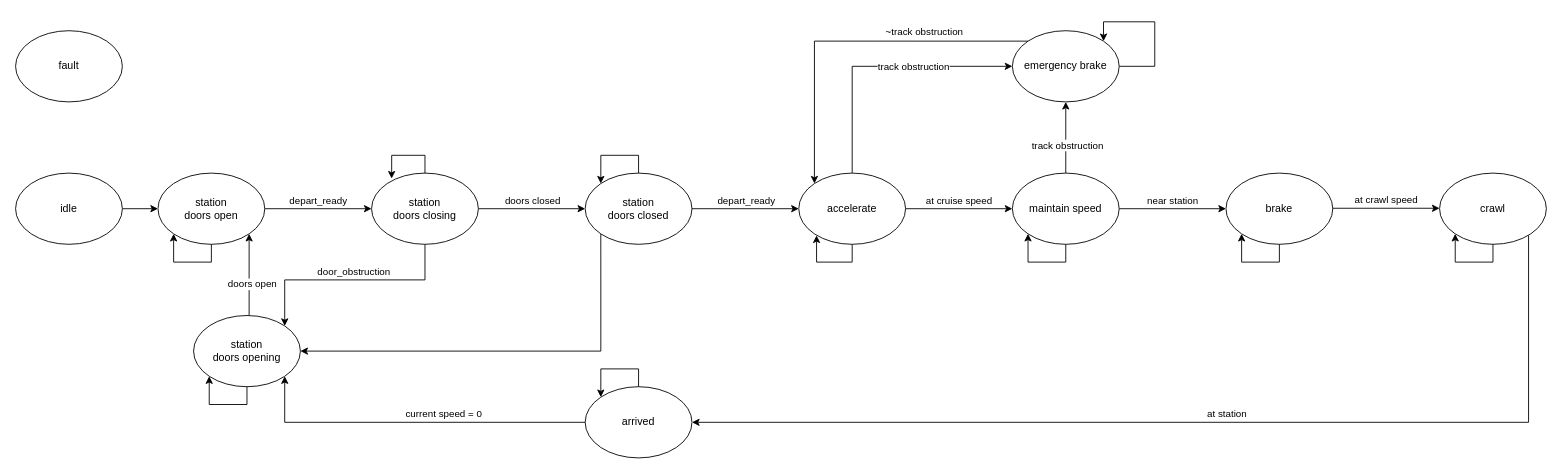
This is ELEC 402/Assignment 1/FSM State Diagram.drawio from raytallen/Uni-Labs, a draw.io file, before an edit. Source tidied: cells renumbered, new cells numbered last; positions are measured from the earlier drawing's top-left corner, leaving out a move shared by most shapes. Both pictures are drawn from the tidied source at 89%, with x=0, y=0 at pixel (15, 21).
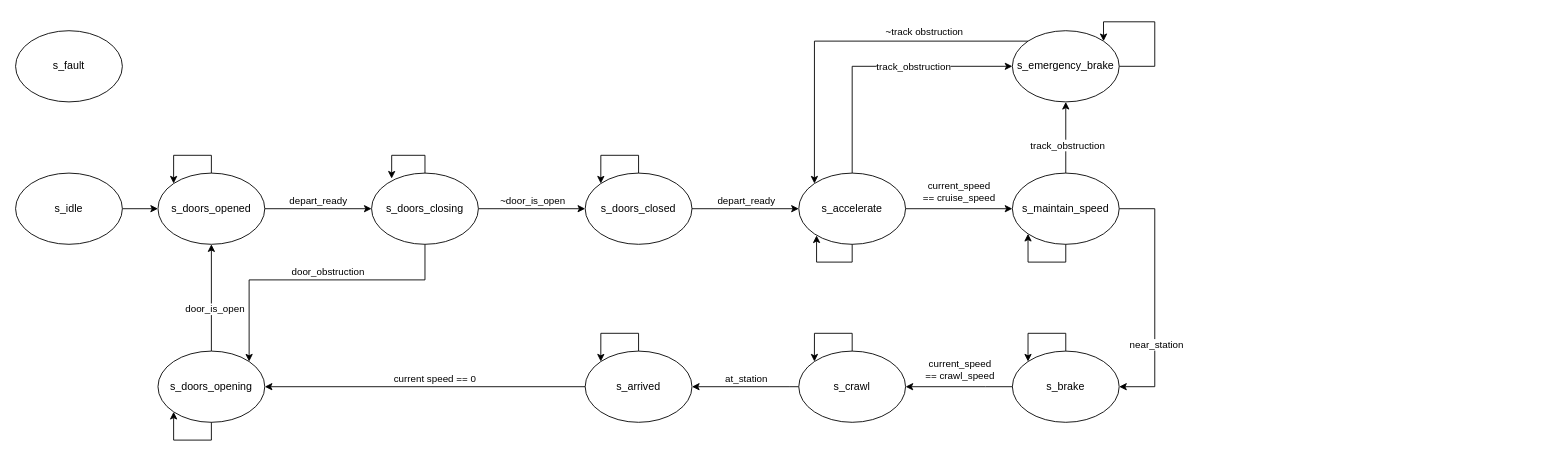
The same page after the edit.

The change refers to these unchanged cells:
```xml
<mxCell id="14" style="edgeStyle=orthogonalEdgeStyle;rounded=0;jettySize=auto;html=1;entryX=0;entryY=0.5;entryDx=0;entryDy=0;" parent="1" edge="1" source="18" target="23">
  <mxGeometry relative="1" as="geometry" />
</mxCell>
<mxCell id="16" style="edgeStyle=orthogonalEdgeStyle;rounded=0;jettySize=auto;html=1;entryX=0;entryY=0.5;entryDx=0;entryDy=0;" parent="1" edge="1" source="18" target="31">
  <mxGeometry relative="1" as="geometry">
    <Array as="points">
      <mxPoint x="940" y="50" />
    </Array>
  </mxGeometry>
</mxCell>
<mxCell id="21" style="edgeStyle=orthogonalEdgeStyle;rounded=0;jettySize=auto;html=1;exitX=0.5;exitY=0;exitDx=0;exitDy=0;entryX=0.5;entryY=1;entryDx=0;entryDy=0;" parent="1" edge="1" source="23" target="31">
  <mxGeometry relative="1" as="geometry" />
</mxCell>
```

The edit, as a diff of the source:
```diff
@@
-    <mxCell id="3" value="idle" style="ellipse;whiteSpace=wrap;html=1;" parent="1" vertex="1">
+    <mxCell id="3" value="s_idle" style="ellipse;whiteSpace=wrap;html=1;" parent="1" vertex="1">
       <mxGeometry y="170" width="120" height="80" as="geometry" />
     </mxCell>
@@
-    <mxCell id="6" value="station&lt;br&gt;doors open" style="ellipse;whiteSpace=wrap;html=1;" parent="1" vertex="1">
+    <mxCell id="6" value="s_doors_opened" style="ellipse;whiteSpace=wrap;html=1;" parent="1" vertex="1">
       <mxGeometry x="160" y="170" width="120" height="80" as="geometry" />
     </mxCell>
@@
     <mxCell id="8" style="edgeStyle=orthogonalEdgeStyle;rounded=0;jettySize=auto;html=1;entryX=1;entryY=0;entryDx=0;entryDy=0;" parent="1" edge="1" source="10" target="36">
       <mxGeometry relative="1" as="geometry">
         <Array as="points">
           <mxPoint x="460" y="290" />
-          <mxPoint x="302" y="290" />
+          <mxPoint x="262" y="290" />
+          <mxPoint x="262" y="382" />
         </Array>
       </mxGeometry>
     </mxCell>
@@
-    <mxCell id="10" value="station&lt;br&gt;doors closing" style="ellipse;whiteSpace=wrap;html=1;" parent="1" vertex="1">
+    <mxCell id="10" value="s_doors_closing" style="ellipse;whiteSpace=wrap;html=1;" parent="1" vertex="1">
       <mxGeometry x="400" y="170" width="120" height="80" as="geometry" />
     </mxCell>
@@
-    <mxCell id="12" style="edgeStyle=orthogonalEdgeStyle;rounded=0;jettySize=auto;html=1;exitX=0;exitY=1;exitDx=0;exitDy=0;entryX=1;entryY=0.5;entryDx=0;entryDy=0;" parent="1" edge="1" source="13" target="36">
-      <mxGeometry relative="1" as="geometry">
-        <Array as="points">
-          <mxPoint x="658" y="370" />
-        </Array>
-      </mxGeometry>
-    </mxCell>
-    <mxCell id="13" value="station&lt;br&gt;doors closed" style="ellipse;whiteSpace=wrap;html=1;" parent="1" vertex="1">
+    <mxCell id="13" value="s_doors_closed" style="ellipse;whiteSpace=wrap;html=1;" parent="1" vertex="1">
       <mxGeometry x="640" y="170" width="120" height="80" as="geometry" />
     </mxCell>
@@
-    <mxCell id="15" value="at cruise speed" style="edgeLabel;html=1;align=center;verticalAlign=middle;" parent="14" vertex="1">
+    <mxCell id="15" value="current_speed&lt;br&gt;== cruise_speed" style="edgeLabel;html=1;align=center;verticalAlign=middle;" parent="14" vertex="1">
       <mxGeometry x="0.13" relative="1" as="geometry">
-        <mxPoint x="-8.3" y="-10" as="offset" />
+        <mxPoint x="-8.3" y="-20" as="offset" />
       </mxGeometry>
     </mxCell>
@@
-    <mxCell id="17" value="track obstruction" style="edgeLabel;html=1;align=center;verticalAlign=middle;" parent="16" vertex="1">
+    <mxCell id="17" value="track_obstruction" style="edgeLabel;html=1;align=center;verticalAlign=middle;" parent="16" vertex="1">
       <mxGeometry x="0.25" relative="1" as="geometry" />
     </mxCell>
-    <mxCell id="18" value="accelerate" style="ellipse;whiteSpace=wrap;html=1;" parent="1" vertex="1">
+    <mxCell id="18" value="s_accelerate" style="ellipse;whiteSpace=wrap;html=1;" parent="1" vertex="1">
       <mxGeometry x="880" y="170" width="120" height="80" as="geometry" />
     </mxCell>
-    <mxCell id="19" style="edgeStyle=orthogonalEdgeStyle;rounded=0;jettySize=auto;html=1;entryX=0;entryY=0.5;entryDx=0;entryDy=0;" parent="1" edge="1" source="23" target="25">
-      <mxGeometry relative="1" as="geometry" />
-    </mxCell>
-    <mxCell id="20" value="near station" style="edgeLabel;html=1;align=center;verticalAlign=middle;" parent="19" vertex="1">
-      <mxGeometry x="-0.36" relative="1" as="geometry">
-        <mxPoint x="21.9" y="-10" as="offset" />
-      </mxGeometry>
-    </mxCell>
@@
-    <mxCell id="22" value="track obstruction" style="edgeLabel;html=1;align=center;verticalAlign=middle;" parent="21" vertex="1">
+    <mxCell id="22" value="track_obstruction" style="edgeLabel;html=1;align=center;verticalAlign=middle;" parent="21" vertex="1">
       <mxGeometry x="-0.2" y="-1" relative="1" as="geometry" />
     </mxCell>
+    <mxCell id="19" style="edgeStyle=orthogonalEdgeStyle;rounded=0;jettySize=auto;html=1;entryX=1;entryY=0.5;entryDx=0;entryDy=0;" parent="1" edge="1" source="23" target="25">
+      <mxGeometry relative="1" as="geometry">
+        <Array as="points">
+          <mxPoint x="1280" y="210" />
+          <mxPoint x="1280" y="410" />
+        </Array>
+      </mxGeometry>
+    </mxCell>
+    <mxCell id="52" value="near_station" style="edgeLabel;html=1;align=center;verticalAlign=middle;" parent="19" vertex="1">
+      <mxGeometry x="0.37" y="1" relative="1" as="geometry" />
+    </mxCell>
-    <mxCell id="23" value="maintain speed" style="ellipse;whiteSpace=wrap;html=1;" parent="1" vertex="1">
+    <mxCell id="23" value="s_maintain_speed" style="ellipse;whiteSpace=wrap;html=1;" parent="1" vertex="1">
       <mxGeometry x="1120" y="170" width="120" height="80" as="geometry" />
     </mxCell>
-    <mxCell id="24" style="edgeStyle=orthogonalEdgeStyle;rounded=0;orthogonalLoop=1;jettySize=auto;html=1;exitX=0.5;exitY=1;exitDx=0;exitDy=0;entryX=0;entryY=1;entryDx=0;entryDy=0;" parent="1" edge="1" source="6" target="6">
-      <mxGeometry relative="1" as="geometry" />
-    </mxCell>
-    <mxCell id="25" value="brake" style="ellipse;whiteSpace=wrap;html=1;" parent="1" vertex="1">
-      <mxGeometry x="1360" y="170" width="120" height="80" as="geometry" />
+    <mxCell id="25" value="s_brake" style="ellipse;whiteSpace=wrap;html=1;" parent="1" vertex="1">
+      <mxGeometry x="1120" y="370" width="120" height="80" as="geometry" />
     </mxCell>
-    <mxCell id="26" value="doors closed" style="edgeLabel;html=1;align=center;verticalAlign=middle;" parent="1" vertex="1">
+    <mxCell id="26" value="~door_is_open" style="edgeLabel;html=1;align=center;verticalAlign=middle;" parent="1" vertex="1">
       <mxGeometry x="580" y="200" as="geometry" />
     </mxCell>
@@
-    <mxCell id="31" value="emergency brake" style="ellipse;whiteSpace=wrap;html=1;" parent="1" vertex="1">
+    <mxCell id="31" value="s_emergency_brake" style="ellipse;whiteSpace=wrap;html=1;" parent="1" vertex="1">
       <mxGeometry x="1120" y="10" width="120" height="80" as="geometry" />
     </mxCell>
@@
-    <mxCell id="33" style="edgeStyle=orthogonalEdgeStyle;rounded=0;orthogonalLoop=1;jettySize=auto;html=1;exitX=0.5;exitY=1;exitDx=0;exitDy=0;entryX=0;entryY=1;entryDx=0;entryDy=0;" parent="1" edge="1" source="25" target="25">
-      <mxGeometry relative="1" as="geometry" />
-    </mxCell>
-    <mxCell id="34" style="edgeStyle=orthogonalEdgeStyle;rounded=0;jettySize=auto;html=1;entryX=1;entryY=1;entryDx=0;entryDy=0;" parent="1" edge="1" source="36" target="6">
-      <mxGeometry relative="1" as="geometry">
-        <Array as="points">
-          <mxPoint x="262" y="290" />
-        </Array>
-      </mxGeometry>
+    <mxCell id="34" style="edgeStyle=orthogonalEdgeStyle;rounded=0;jettySize=auto;html=1;entryX=0.5;entryY=1;entryDx=0;entryDy=0;" parent="1" edge="1" source="36" target="6">
+      <mxGeometry relative="1" as="geometry" />
     </mxCell>
-    <mxCell id="35" value="doors open" style="edgeLabel;html=1;align=center;verticalAlign=middle;" parent="34" vertex="1">
+    <mxCell id="35" value="door_is_open" style="edgeLabel;html=1;align=center;verticalAlign=middle;" parent="34" vertex="1">
       <mxGeometry x="-0.13" y="-4" relative="1" as="geometry">
         <mxPoint x="-1" y="4" as="offset" />
       </mxGeometry>
     </mxCell>
-    <mxCell id="36" value="station&lt;br&gt;doors opening" style="ellipse;whiteSpace=wrap;html=1;" parent="1" vertex="1">
-      <mxGeometry x="200" y="330" width="120" height="80" as="geometry" />
+    <mxCell id="36" value="s_doors_opening" style="ellipse;whiteSpace=wrap;html=1;" parent="1" vertex="1">
+      <mxGeometry x="160" y="370" width="120" height="80" as="geometry" />
     </mxCell>
@@
-    <mxCell id="41" style="edgeStyle=orthogonalEdgeStyle;rounded=0;jettySize=auto;html=1;entryX=1;entryY=1;entryDx=0;entryDy=0;" parent="1" edge="1" source="42" target="36">
-      <mxGeometry relative="1" as="geometry">
-        <Array as="points">
-          <mxPoint x="302" y="450" />
-        </Array>
-      </mxGeometry>
+    <mxCell id="41" style="edgeStyle=orthogonalEdgeStyle;rounded=0;jettySize=auto;html=1;entryX=1;entryY=0.5;entryDx=0;entryDy=0;" parent="1" edge="1" source="42" target="36">
+      <mxGeometry relative="1" as="geometry" />
     </mxCell>
-    <mxCell id="42" value="arrived" style="ellipse;whiteSpace=wrap;html=1;" parent="1" vertex="1">
-      <mxGeometry x="640" y="410" width="120" height="80" as="geometry" />
+    <mxCell id="42" value="s_arrived" style="ellipse;whiteSpace=wrap;html=1;" parent="1" vertex="1">
+      <mxGeometry x="640" y="370" width="120" height="80" as="geometry" />
     </mxCell>
     <mxCell id="43" style="edgeStyle=orthogonalEdgeStyle;rounded=0;orthogonalLoop=1;jettySize=auto;html=1;entryX=0;entryY=0;entryDx=0;entryDy=0;" parent="1" edge="1" source="42" target="42">
       <mxGeometry relative="1" as="geometry">
         <Array as="points">
-          <mxPoint x="700" y="390" />
-          <mxPoint x="658" y="390" />
+          <mxPoint x="700" y="350" />
+          <mxPoint x="658" y="350" />
         </Array>
       </mxGeometry>
     </mxCell>
-    <mxCell id="44" value="fault" style="ellipse;whiteSpace=wrap;html=1;" parent="1" vertex="1">
+    <mxCell id="44" value="s_fault" style="ellipse;whiteSpace=wrap;html=1;" parent="1" vertex="1">
       <mxGeometry y="10" width="120" height="80" as="geometry" />
     </mxCell>
     <mxCell id="45" style="edgeStyle=orthogonalEdgeStyle;rounded=0;jettySize=auto;html=1;entryX=1;entryY=0.5;entryDx=0;entryDy=0;" parent="1" edge="1" source="46" target="42">
       <mxGeometry relative="1" as="geometry">
         <Array as="points">
-          <mxPoint x="1700" y="450" />
+          <mxPoint x="870" y="410" />
+          <mxPoint x="870" y="410" />
         </Array>
       </mxGeometry>
     </mxCell>
+    <mxCell id="53" value="at_station" style="edgeLabel;html=1;align=center;verticalAlign=middle;" parent="45" vertex="1">
+      <mxGeometry x="0.18" y="1" relative="1" as="geometry">
+        <mxPoint x="11" y="-11" as="offset" />
+      </mxGeometry>
+    </mxCell>
-    <mxCell id="46" value="crawl" style="ellipse;whiteSpace=wrap;html=1;" parent="1" vertex="1">
-      <mxGeometry x="1600" y="170" width="120" height="80" as="geometry" />
+    <mxCell id="46" value="s_crawl" style="ellipse;whiteSpace=wrap;html=1;" parent="1" vertex="1">
+      <mxGeometry x="880" y="370" width="120" height="80" as="geometry" />
     </mxCell>
-    <mxCell id="47" style="edgeStyle=orthogonalEdgeStyle;rounded=0;orthogonalLoop=1;jettySize=auto;html=1;exitX=0.5;exitY=1;exitDx=0;exitDy=0;entryX=0;entryY=1;entryDx=0;entryDy=0;" parent="1" edge="1" source="46" target="46">
-      <mxGeometry relative="1" as="geometry" />
-    </mxCell>
-    <mxCell id="48" style="edgeStyle=orthogonalEdgeStyle;rounded=0;orthogonalLoop=1;jettySize=auto;html=1;entryX=0;entryY=0.5;entryDx=0;entryDy=0;" parent="1" edge="1">
+    <mxCell id="48" style="edgeStyle=orthogonalEdgeStyle;rounded=0;jettySize=auto;html=1;entryX=1;entryY=0.5;entryDx=0;entryDy=0;exitX=0;exitY=0.5;exitDx=0;exitDy=0;" parent="1" edge="1" source="25" target="46">
       <mxGeometry relative="1" as="geometry">
-        <mxPoint x="1480" y="209.5" as="sourcePoint" />
-        <mxPoint x="1600" y="209.5" as="targetPoint" />
+        <Array as="points">
+          <mxPoint x="1090" y="410" />
+          <mxPoint x="1090" y="410" />
+        </Array>
       </mxGeometry>
     </mxCell>
-    <mxCell id="49" value="at crawl speed" style="edgeLabel;html=1;align=center;verticalAlign=middle;" parent="48" vertex="1">
+    <mxCell id="49" value="current_speed&lt;br&gt;== crawl_speed" style="edgeLabel;html=1;align=center;verticalAlign=middle;" parent="48" vertex="1">
       <mxGeometry x="0.13" relative="1" as="geometry">
-        <mxPoint x="-8.3" y="-10" as="offset" />
+        <mxPoint x="8" y="-20" as="offset" />
       </mxGeometry>
     </mxCell>
-    <mxCell id="50" value="at station" style="edgeLabel;html=1;align=center;verticalAlign=middle;" parent="1" vertex="1">
-      <mxGeometry x="1360" y="440" as="geometry" />
-    </mxCell>
-    <mxCell id="51" value="current speed = 0" style="edgeLabel;html=1;align=center;verticalAlign=middle;" parent="1" vertex="1">
-      <mxGeometry x="480" y="440" as="geometry" />
+    <mxCell id="51" value="current speed == 0" style="edgeLabel;html=1;align=center;verticalAlign=middle;" parent="1" vertex="1">
+      <mxGeometry x="470" y="400" as="geometry" />
     </mxCell>
+    <mxCell id="47" style="edgeStyle=orthogonalEdgeStyle;rounded=0;orthogonalLoop=1;jettySize=auto;html=1;entryX=0;entryY=0;entryDx=0;entryDy=0;" parent="1" edge="1" source="46" target="46">
+      <mxGeometry relative="1" as="geometry">
+        <Array as="points">
+          <mxPoint x="940" y="350" />
+          <mxPoint x="898" y="350" />
+        </Array>
+      </mxGeometry>
+    </mxCell>
+    <mxCell id="33" style="edgeStyle=orthogonalEdgeStyle;rounded=0;orthogonalLoop=1;jettySize=auto;html=1;entryX=0;entryY=0;entryDx=0;entryDy=0;" parent="1" edge="1" source="25" target="25">
+      <mxGeometry relative="1" as="geometry">
+        <Array as="points">
+          <mxPoint x="1180" y="350" />
+          <mxPoint x="1138" y="350" />
+        </Array>
+      </mxGeometry>
+    </mxCell>
+    <mxCell id="24" style="edgeStyle=orthogonalEdgeStyle;rounded=0;orthogonalLoop=1;jettySize=auto;html=1;entryX=0;entryY=0;entryDx=0;entryDy=0;" parent="1" edge="1" source="6" target="6">
+      <mxGeometry relative="1" as="geometry">
+        <Array as="points">
+          <mxPoint x="220" y="150" />
+          <mxPoint x="178" y="150" />
+        </Array>
+      </mxGeometry>
+    </mxCell>
```
